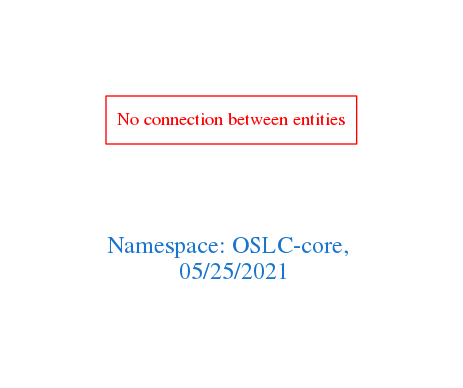
The Graphviz diagram downloads/OSLC-core.png in arago/OGIT, before a commit. Its source is kept beside it as downloads/OSLC-core.dot.
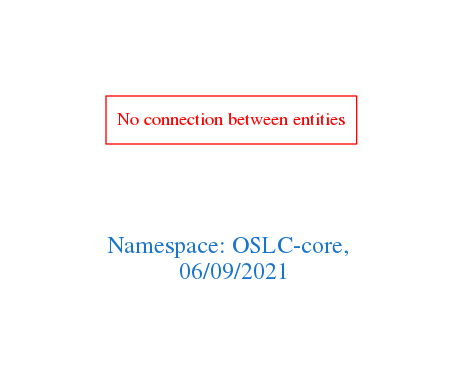
After the change.

Diff of the diagram source:
```diff
@@ -1,7 +1,7 @@
 digraph OGIT_ontology {
  graph [ rankdir= LR,pad=1
 fontsize = 18,
-fontcolor= dodgerblue3,label = "\n\n\nNamespace: OSLC-core, \n 05/25/2021"];
+fontcolor= dodgerblue3,label = "\n\n\nNamespace: OSLC-core, \n 06/09/2021"];
 node[shape=polygon];
 edge [  color="gray81"];
 
```
